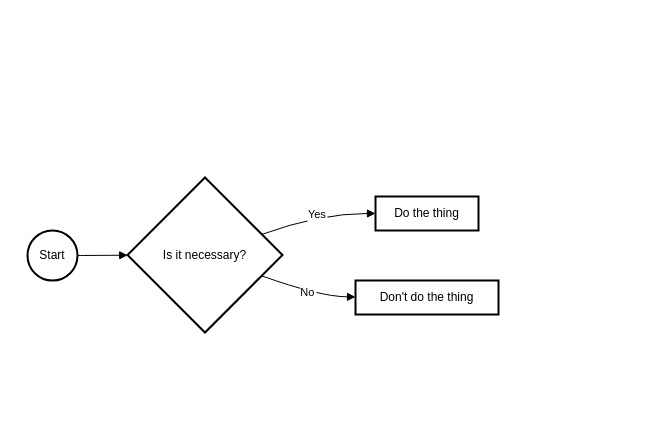
Earlier version of the draw.io diagram 未命名绘图.drawio (Rosecanoe/my-first-repo). Source tidied: cells renumbered, new cells numbered last; positions are measured from the earlier drawing's top-left corner, leaving out a move shared by most shapes. Both pictures are drawn from the tidied source at 100%, with x=0, y=0 at pixel (27, 177).
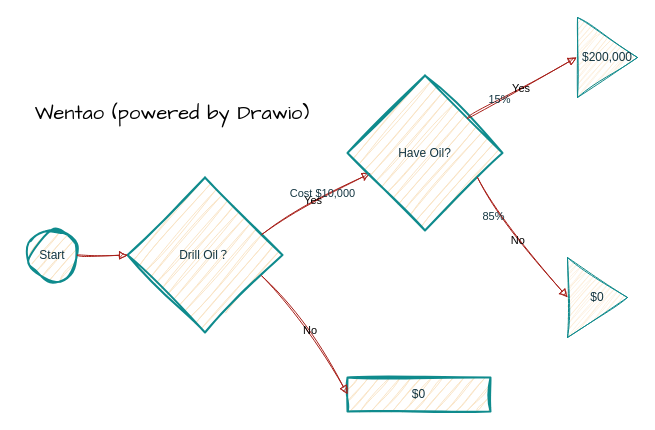
After the change.

Commit message:
更新660决策图.drawio

Diff of the diagram source:
```diff
@@
-    <mxCell id="2" value="Start" style="ellipse;strokeWidth=2;whiteSpace=wrap;" parent="1" vertex="1">
+    <mxCell id="2" value="Start" style="ellipse;strokeWidth=2;whiteSpace=wrap;labelBackgroundColor=none;fillColor=#FAE5C7;strokeColor=#0F8B8D;fontColor=#143642;rounded=0;sketch=1;curveFitting=1;jiggle=2;" parent="1" vertex="1">
       <mxGeometry y="53" width="50" height="50" as="geometry" />
     </mxCell>
-    <mxCell id="3" value="Is it necessary?" style="rhombus;strokeWidth=2;whiteSpace=wrap;" parent="1" vertex="1">
+    <mxCell id="3" value="Drill Oil？" style="rhombus;strokeWidth=2;whiteSpace=wrap;labelBackgroundColor=none;fillColor=#FAE5C7;strokeColor=#0F8B8D;fontColor=#143642;rounded=0;sketch=1;curveFitting=1;jiggle=2;" parent="1" vertex="1">
       <mxGeometry x="100" width="155" height="155" as="geometry" />
     </mxCell>
-    <mxCell id="4" value="Do the thing" style="whiteSpace=wrap;strokeWidth=2;" parent="1" vertex="1">
-      <mxGeometry x="348" y="19" width="103" height="34" as="geometry" />
-    </mxCell>
-    <mxCell id="5" value="Don't do the thing" style="whiteSpace=wrap;strokeWidth=2;" parent="1" vertex="1">
-      <mxGeometry x="328" y="103" width="143" height="34" as="geometry" />
+    <mxCell id="5" value="$0" style="whiteSpace=wrap;strokeWidth=2;labelBackgroundColor=none;fillColor=#FAE5C7;strokeColor=#0F8B8D;fontColor=#143642;rounded=0;sketch=1;curveFitting=1;jiggle=2;" parent="1" vertex="1">
+      <mxGeometry x="320" y="200" width="143" height="34" as="geometry" />
     </mxCell>
-    <mxCell id="6" style="curved=1;startArrow=none;endArrow=block;exitX=1.00015625;exitY=0.494375;entryX=0.00005040322580645161;entryY=0.5014112903225807;" parent="1" edge="1" source="2" target="3">
+    <mxCell id="6" style="curved=1;startArrow=none;endArrow=block;exitX=1.00015625;exitY=0.494375;entryX=0.00005040322580645161;entryY=0.5014112903225807;labelBackgroundColor=none;strokeColor=#A8201A;fontColor=default;sketch=1;curveFitting=1;jiggle=2;rounded=0;" parent="1" edge="1" source="2" target="3">
       <mxGeometry relative="1" as="geometry" />
     </mxCell>
-    <mxCell id="7" value="Yes" style="curved=1;startArrow=none;endArrow=block;exitX=1.0028729838709678;exitY=0.3178495889707142;entryX=0.0007205703883495146;entryY=0.4990808823529412;" parent="1" edge="1" source="3" target="4">
+    <mxCell id="7" value="Yes" style="curved=1;startArrow=none;endArrow=block;exitX=1.0028729838709678;exitY=0.3178495889707142;entryX=0.148;entryY=0.632;entryDx=0;entryDy=0;entryPerimeter=0;labelBackgroundColor=none;strokeColor=#A8201A;fontColor=default;sketch=1;curveFitting=1;jiggle=2;rounded=0;" parent="1" edge="1" source="3" target="10">
       <mxGeometry relative="1" as="geometry">
         <Array as="points">
-          <mxPoint x="292" y="36" />
+          <mxPoint x="290" y="20" />
         </Array>
       </mxGeometry>
     </mxCell>
+    <mxCell id="9" value="Cost $10,000" style="edgeLabel;html=1;align=center;verticalAlign=middle;labelBackgroundColor=none;fontColor=#143642;rounded=0;sketch=1;curveFitting=1;jiggle=2;" parent="7" vertex="1">
+      <mxGeometry x="0.18" y="2" relative="1" as="geometry">
+        <mxPoint x="-1" as="offset" />
+      </mxGeometry>
+    </mxCell>
-    <mxCell id="8" value="No" style="curved=1;startArrow=none;endArrow=block;exitX=1.0028729838709678;exitY=0.6849729916744471;entryX=0.0006555944055944056;entryY=0.484375;" parent="1" edge="1" source="3" target="5">
+    <mxCell id="8" value="No" style="curved=1;startArrow=none;endArrow=block;exitX=1.0028729838709678;exitY=0.6849729916744471;entryX=0.0006555944055944056;entryY=0.484375;labelBackgroundColor=none;strokeColor=#A8201A;fontColor=default;sketch=1;curveFitting=1;jiggle=2;rounded=0;" parent="1" edge="1" source="3" target="5">
       <mxGeometry relative="1" as="geometry">
         <Array as="points">
-          <mxPoint x="292" y="119" />
+          <mxPoint x="270" y="130" />
         </Array>
       </mxGeometry>
     </mxCell>
+    <mxCell id="10" value="Have Oil?" style="rhombus;strokeWidth=2;whiteSpace=wrap;labelBackgroundColor=none;fillColor=#FAE5C7;strokeColor=#0F8B8D;fontColor=#143642;rounded=0;sketch=1;curveFitting=1;jiggle=2;" parent="1" vertex="1">
+      <mxGeometry x="320" y="-102" width="155" height="155" as="geometry" />
+    </mxCell>
+    <mxCell id="11" value="Yes" style="curved=1;startArrow=none;endArrow=block;exitX=1.0028729838709678;exitY=0.3178495889707142;entryX=0.148;entryY=0.632;entryDx=0;entryDy=0;entryPerimeter=0;labelBackgroundColor=none;strokeColor=#A8201A;fontColor=default;sketch=1;curveFitting=1;jiggle=2;rounded=0;" parent="1" edge="1">
+      <mxGeometry relative="1" as="geometry">
+        <mxPoint x="440" y="-59" as="sourcePoint" />
+        <mxPoint x="549" y="-120" as="targetPoint" />
+      </mxGeometry>
+    </mxCell>
+    <mxCell id="12" value="15%" style="edgeLabel;html=1;align=center;verticalAlign=middle;labelBackgroundColor=none;fontColor=#143642;rounded=0;sketch=1;curveFitting=1;jiggle=2;" parent="11" vertex="1">
+      <mxGeometry x="-0.41" y="2" relative="1" as="geometry" />
+    </mxCell>
+    <mxCell id="13" value="$200,000" style="triangle;whiteSpace=wrap;html=1;labelBackgroundColor=none;fillColor=#FAE5C7;strokeColor=#0F8B8D;fontColor=#143642;rounded=0;sketch=1;curveFitting=1;jiggle=2;" parent="1" vertex="1">
+      <mxGeometry x="550" y="-160" width="60" height="80" as="geometry" />
+    </mxCell>
+    <mxCell id="14" value="No" style="curved=1;startArrow=none;endArrow=block;exitX=1.0028729838709678;exitY=0.6849729916744471;entryX=0;entryY=0.5;entryDx=0;entryDy=0;labelBackgroundColor=none;strokeColor=#A8201A;fontColor=default;sketch=1;curveFitting=1;jiggle=2;rounded=0;" parent="1" edge="1" target="16">
+      <mxGeometry relative="1" as="geometry">
+        <mxPoint x="450" as="sourcePoint" />
+        <Array as="points">
+          <mxPoint x="480" y="50" />
+        </Array>
+      </mxGeometry>
+    </mxCell>
+    <mxCell id="15" value="85%" style="edgeLabel;html=1;align=center;verticalAlign=middle;labelBackgroundColor=none;fontColor=#143642;rounded=0;sketch=1;curveFitting=1;jiggle=2;" parent="14" vertex="1">
+      <mxGeometry x="-0.45" y="-7" relative="1" as="geometry" />
+    </mxCell>
+    <mxCell id="16" value="$0" style="triangle;whiteSpace=wrap;html=1;labelBackgroundColor=none;fillColor=#FAE5C7;strokeColor=#0F8B8D;fontColor=#143642;rounded=0;sketch=1;curveFitting=1;jiggle=2;" parent="1" vertex="1">
+      <mxGeometry x="540" y="80" width="60" height="80" as="geometry" />
+    </mxCell>
+    <mxCell id="17" value="Wentao (powered by Drawio)" style="text;html=1;strokeColor=none;fillColor=none;align=center;verticalAlign=middle;whiteSpace=wrap;rounded=0;fontSize=20;fontFamily=Architects Daughter;" parent="1" vertex="1">
+      <mxGeometry x="-10" y="-80" width="310" height="30" as="geometry" />
+    </mxCell>
```
